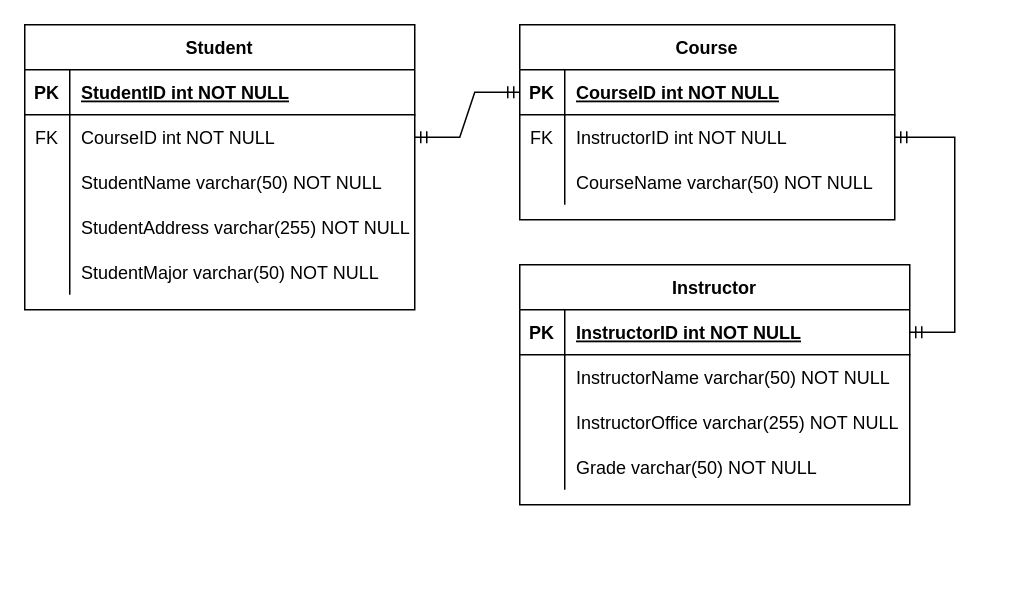
iotrobot/socket keeps this draw.io diagram as Assignment1 Diagram.drawio. Above is the earlier version. Source tidied: cells renumbered, new cells numbered last; positions are measured from the earlier drawing's top-left corner, leaving out a move shared by most shapes. Both pictures are drawn from the tidied source at 150%, with x=0, y=0 at pixel (24, 24).
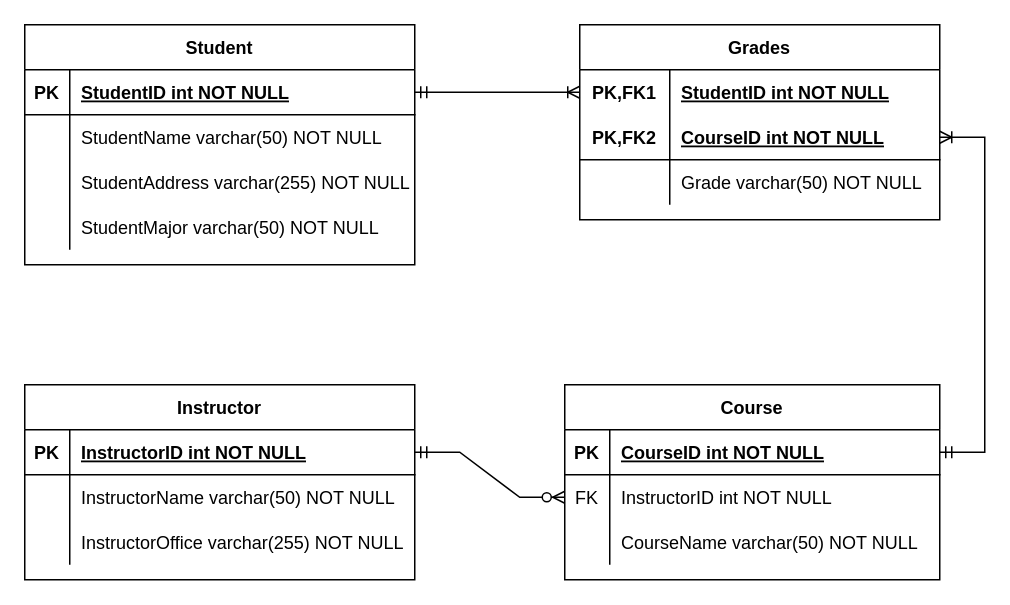
After the change.

The change refers to these unchanged cells:
```xml
<mxCell id="3" style="shape=partialRectangle;fillColor=none;points=[[0,0.5],[1,0.5]];portConstraint=eastwest;top=0;left=0;right=0;bottom=1;" parent="2" vertex="1">
  <mxGeometry y="30" width="250" height="30" as="geometry" />
</mxCell>
<mxCell id="6" style="shape=tableRow;horizontal=0;startSize=0;swimlaneHead=0;swimlaneBody=0;fillColor=none;points=[[0,0.5],[1,0.5]];portConstraint=eastwest;top=0;left=0;right=0;bottom=0;" parent="2" vertex="1">
  <mxGeometry y="60" width="250" height="30" as="geometry" />
</mxCell>
<mxCell id="13" style="shape=partialRectangle;fillColor=none;points=[[0,0.5],[1,0.5]];portConstraint=eastwest;top=0;left=0;right=0;bottom=1;" parent="12" vertex="1">
  <mxGeometry y="30" width="260" height="30" as="geometry" />
</mxCell>
<mxCell id="26" style="shape=partialRectangle;fillColor=none;points=[[0,0.5],[1,0.5]];portConstraint=eastwest;top=0;left=0;right=0;bottom=1;" parent="25" vertex="1">
  <mxGeometry y="30" width="260" height="30" as="geometry" />
</mxCell>
```

The edit, as a diff of the source:
```diff
@@
     <mxCell id="2" value="Course" style="shape=table;startSize=30;childLayout=tableLayout;rowLines=0;fontStyle=1;align=center;" parent="1" vertex="1">
-      <mxGeometry x="330" width="250" height="130" as="geometry" />
+      <mxGeometry x="360" y="240" width="250" height="130" as="geometry" />
     </mxCell>
@@
     <mxCell id="12" value="Instructor" style="shape=table;startSize=30;childLayout=tableLayout;rowLines=0;fontStyle=1;align=center;" parent="1" vertex="1">
-      <mxGeometry x="330" y="160" width="260" height="160" as="geometry" />
+      <mxGeometry y="240" width="260" height="130" as="geometry" />
     </mxCell>
@@
-    <mxCell id="22" style="shape=tableRow;horizontal=0;startSize=0;swimlaneHead=0;swimlaneBody=0;fillColor=none;top=0;left=0;right=0;bottom=0;" parent="12" vertex="1">
-      <mxGeometry y="120" width="260" height="30" as="geometry" />
-    </mxCell>
-    <mxCell id="23" style="shape=partialRectangle;fillColor=none;top=0;left=0;bottom=0;right=0;overflow=hidden;" parent="22" vertex="1">
-      <mxGeometry width="30" height="30" as="geometry" />
-    </mxCell>
-    <mxCell id="24" value="Grade varchar(50) NOT NULL" style="shape=partialRectangle;fillColor=none;top=0;left=0;bottom=0;right=0;align=left;spacingLeft=6;overflow=hidden;" parent="22" vertex="1">
-      <mxGeometry x="30" width="230" height="30" as="geometry" />
-    </mxCell>
     <mxCell id="25" value="Student" style="shape=table;startSize=30;childLayout=tableLayout;rowLines=0;fontStyle=1;align=center;" parent="1" vertex="1">
-      <mxGeometry width="260" height="190" as="geometry" />
+      <mxGeometry width="260" height="160" as="geometry" />
     </mxCell>
@@
-    <mxCell id="29" style="shape=tableRow;horizontal=0;startSize=0;swimlaneHead=0;swimlaneBody=0;fillColor=none;points=[[0,0.5],[1,0.5]];portConstraint=eastwest;top=0;left=0;right=0;bottom=0;" parent="25" vertex="1">
-      <mxGeometry y="60" width="260" height="30" as="geometry" />
-    </mxCell>
-    <mxCell id="30" value="FK" style="shape=partialRectangle;fillColor=none;top=0;left=0;bottom=0;right=0;fontStyle=0;overflow=hidden;" parent="29" vertex="1">
-      <mxGeometry width="30" height="30" as="geometry" />
-    </mxCell>
-    <mxCell id="31" value="CourseID int NOT NULL" style="shape=partialRectangle;fillColor=none;top=0;left=0;bottom=0;right=0;align=left;spacingLeft=6;fontStyle=0;overflow=hidden;" parent="29" vertex="1">
-      <mxGeometry x="30" width="230" height="30" as="geometry" />
-    </mxCell>
     <mxCell id="32" style="shape=partialRectangle;fillColor=none;top=0;left=0;right=0;bottom=0;" parent="25" vertex="1">
-      <mxGeometry y="90" width="260" height="30" as="geometry" />
+      <mxGeometry y="60" width="260" height="30" as="geometry" />
     </mxCell>
@@
     <mxCell id="35" style="shape=tableRow;horizontal=0;startSize=0;swimlaneHead=0;swimlaneBody=0;fillColor=none;top=0;left=0;right=0;bottom=0;" parent="25" vertex="1">
-      <mxGeometry y="120" width="260" height="30" as="geometry" />
+      <mxGeometry y="90" width="260" height="30" as="geometry" />
     </mxCell>
@@
     <mxCell id="38" style="shape=tableRow;horizontal=0;startSize=0;swimlaneHead=0;swimlaneBody=0;fillColor=none;top=0;left=0;right=0;bottom=0;" parent="25" vertex="1">
-      <mxGeometry y="150" width="260" height="30" as="geometry" />
+      <mxGeometry y="120" width="260" height="30" as="geometry" />
     </mxCell>
@@
-    <mxCell id="41" style="edgeStyle=entityRelationEdgeStyle;fontSize=12;html=1;endArrow=ERmandOne;startArrow=ERmandOne;rounded=0;entryX=0;entryY=0.5;entryDx=0;entryDy=0;exitX=1;exitY=0.5;exitDx=0;exitDy=0;" parent="1" edge="1" source="29" target="3">
-      <mxGeometry relative="1" as="geometry" />
-    </mxCell>
-    <mxCell id="42" style="edgeStyle=entityRelationEdgeStyle;fontSize=12;html=1;endArrow=ERmandOne;startArrow=ERmandOne;rounded=0;entryX=1;entryY=0.5;entryDx=0;entryDy=0;" parent="1" edge="1" target="6">
-      <mxGeometry relative="1" as="geometry">
-        <mxPoint x="590" y="205" as="sourcePoint" />
-      </mxGeometry>
-    </mxCell>
+    <mxCell id="43" value="Grades" style="shape=table;startSize=30;childLayout=tableLayout;rowLines=0;fontStyle=1;align=center;" parent="1" vertex="1">
+      <mxGeometry x="370" width="240" height="130" as="geometry" />
+    </mxCell>
+    <mxCell id="44" style="shape=tableRow;horizontal=0;startSize=0;swimlaneHead=0;swimlaneBody=0;fillColor=none;points=[[0,0.5],[1,0.5]];portConstraint=eastwest;top=0;left=0;right=0;bottom=0;" parent="43" vertex="1">
+      <mxGeometry y="30" width="240" height="30" as="geometry" />
+    </mxCell>
+    <mxCell id="45" value="PK,FK1" style="shape=partialRectangle;fillColor=none;top=0;left=0;bottom=0;right=0;fontStyle=1;overflow=hidden;" parent="44" vertex="1">
+      <mxGeometry width="60" height="30" as="geometry" />
+    </mxCell>
+    <mxCell id="46" value="StudentID int NOT NULL" style="shape=partialRectangle;fillColor=none;top=0;left=0;bottom=0;right=0;align=left;spacingLeft=6;fontStyle=5;overflow=hidden;" parent="44" vertex="1">
+      <mxGeometry x="60" width="180" height="30" as="geometry" />
+    </mxCell>
+    <mxCell id="47" style="shape=tableRow;horizontal=0;startSize=0;swimlaneHead=0;swimlaneBody=0;fillColor=none;points=[[0,0.5],[1,0.5]];portConstraint=eastwest;top=0;left=0;right=0;bottom=1;" parent="43" vertex="1">
+      <mxGeometry y="60" width="240" height="30" as="geometry" />
+    </mxCell>
+    <mxCell id="48" value="PK,FK2" style="shape=partialRectangle;fillColor=none;top=0;left=0;bottom=0;right=0;fontStyle=1;overflow=hidden;" parent="47" vertex="1">
+      <mxGeometry width="60" height="30" as="geometry" />
+    </mxCell>
+    <mxCell id="31" value="CourseID int NOT NULL" style="shape=partialRectangle;fillColor=none;top=0;left=0;bottom=0;right=0;align=left;spacingLeft=6;fontStyle=5;overflow=hidden;" parent="47" vertex="1">
+      <mxGeometry x="60" width="180" height="30" as="geometry" />
+    </mxCell>
+    <mxCell id="49" style="shape=tableRow;horizontal=0;startSize=0;swimlaneHead=0;swimlaneBody=0;fillColor=none;top=0;left=0;right=0;bottom=0;" parent="43" vertex="1">
+      <mxGeometry y="90" width="240" height="30" as="geometry" />
+    </mxCell>
+    <mxCell id="50" style="shape=partialRectangle;fillColor=none;top=0;left=0;bottom=0;right=0;overflow=hidden;" parent="49" vertex="1">
+      <mxGeometry width="60" height="30" as="geometry" />
+    </mxCell>
+    <mxCell id="24" value="Grade varchar(50) NOT NULL" style="shape=partialRectangle;fillColor=none;top=0;left=0;bottom=0;right=0;align=left;spacingLeft=6;overflow=hidden;" parent="49" vertex="1">
+      <mxGeometry x="60" width="180" height="30" as="geometry" />
+    </mxCell>
+    <mxCell id="51" style="edgeStyle=entityRelationEdgeStyle;fontSize=12;html=1;endArrow=ERoneToMany;startArrow=ERmandOne;rounded=0;entryX=0;entryY=0.5;entryDx=0;entryDy=0;exitX=1;exitY=0.5;exitDx=0;exitDy=0;" parent="1" edge="1" source="26" target="44">
+      <mxGeometry relative="1" as="geometry" />
+    </mxCell>
+    <mxCell id="52" style="edgeStyle=entityRelationEdgeStyle;fontSize=12;html=1;endArrow=ERoneToMany;startArrow=ERmandOne;rounded=0;exitX=1;exitY=0.5;exitDx=0;exitDy=0;entryX=1;entryY=0.5;entryDx=0;entryDy=0;" parent="1" edge="1" source="3" target="47">
+      <mxGeometry relative="1" as="geometry" />
+    </mxCell>
+    <mxCell id="53" style="edgeStyle=entityRelationEdgeStyle;fontSize=12;html=1;endArrow=ERzeroToMany;startArrow=ERmandOne;rounded=0;exitX=1;exitY=0.5;exitDx=0;exitDy=0;" parent="1" edge="1" source="13" target="6">
+      <mxGeometry relative="1" as="geometry" />
+    </mxCell>
```
